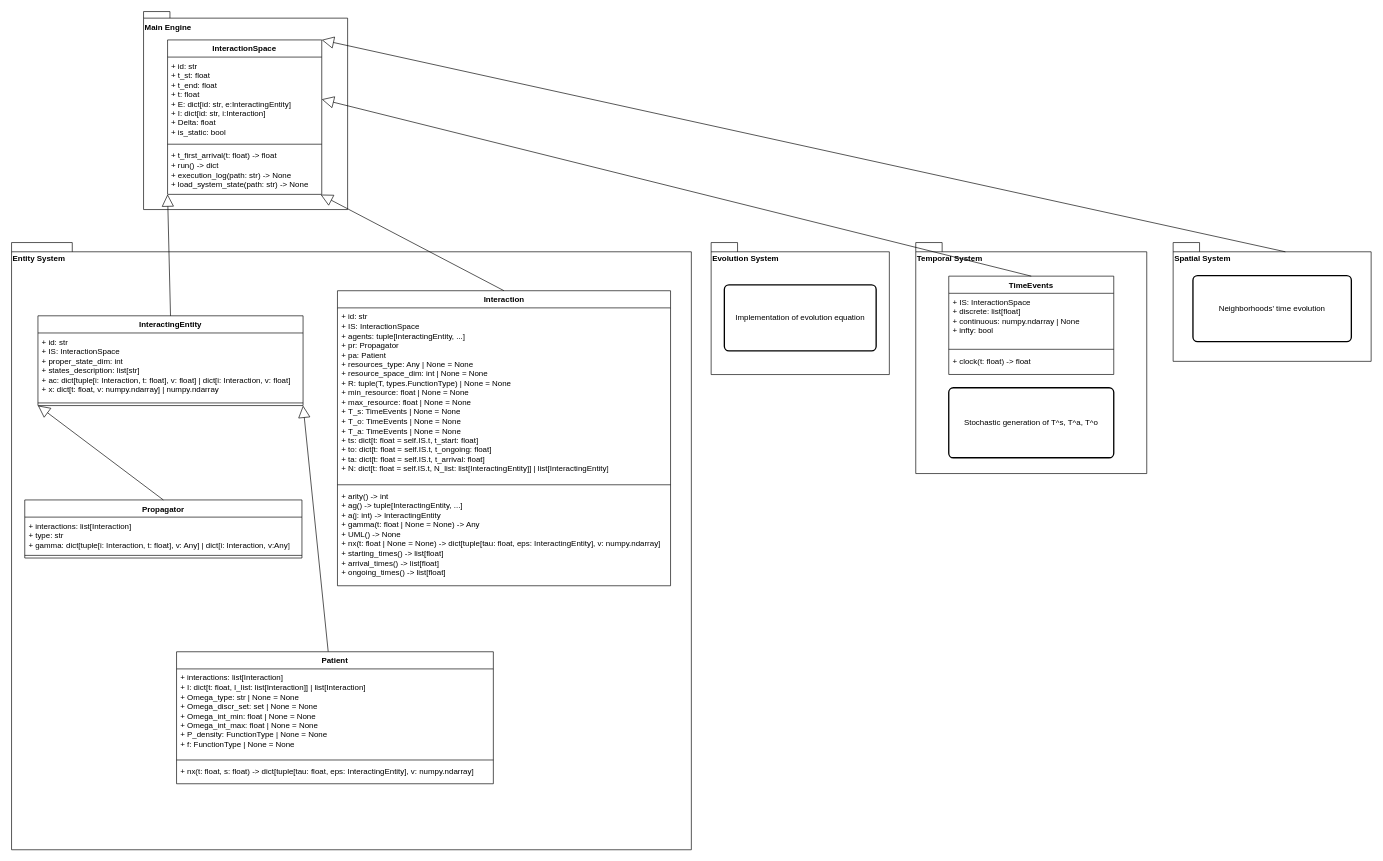
The draw.io diagram experiments/UML/PlantUML IS.drawio in giopao/ARC-AGI1, before the edit. Source tidied: cells renumbered, new cells numbered last; positions are measured from the earlier drawing's top-left corner, leaving out a move shared by most shapes. Both pictures are drawn from the tidied source at 66%, with x=0, y=0 at pixel (11, 11).
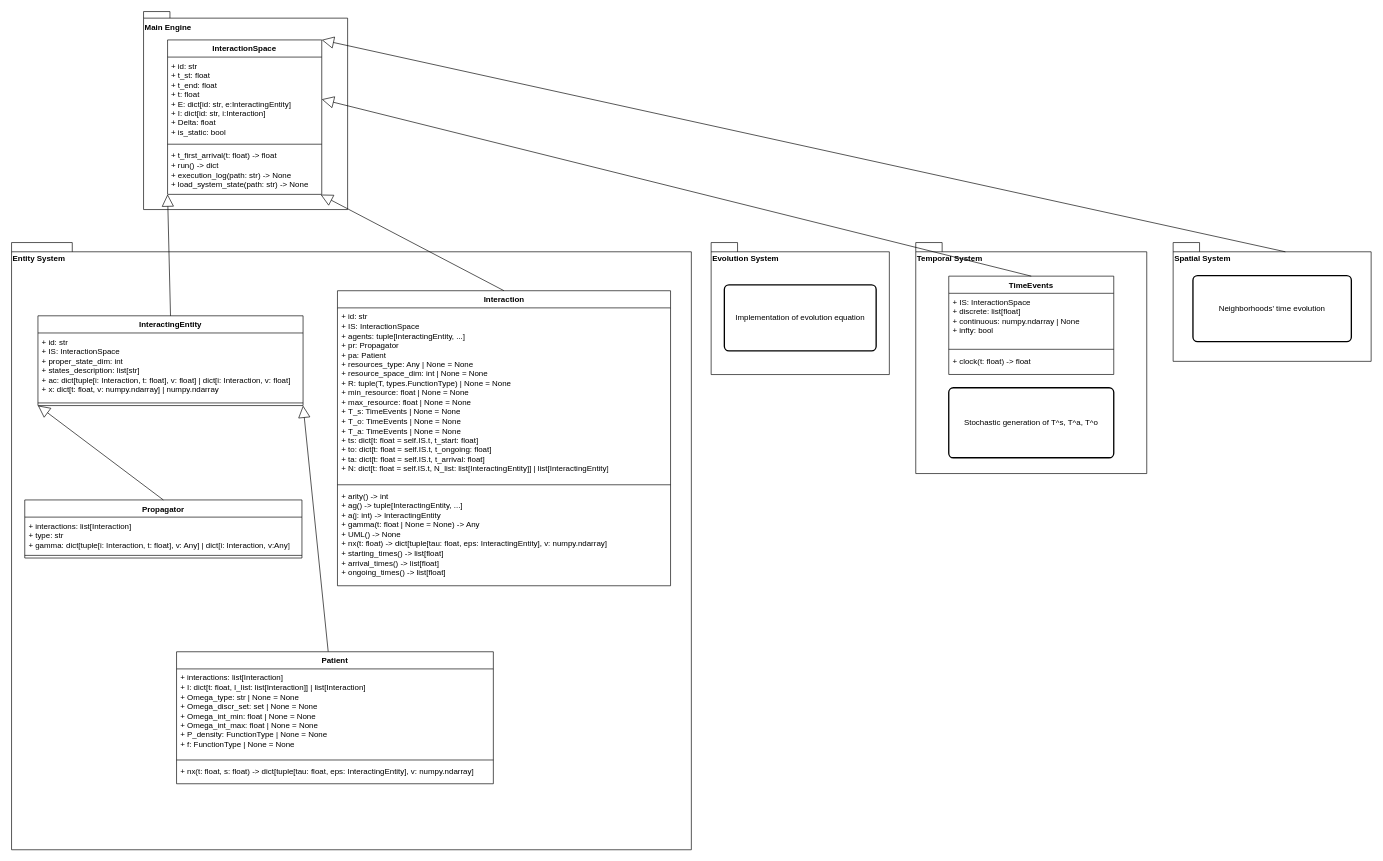
After the change.

Unchanged cells that the change refers to:
```xml
<mxCell id="28" value="Interaction" style="swimlane;fontStyle=1;align=center;verticalAlign=top;horizontal=1;startSize=26;whiteSpace=wrap;html=1;" parent="24" vertex="1">
  <mxGeometry x="473.8" y="3" width="504.7" height="447" as="geometry" />
</mxCell>
```

The edit, as a diff of the source:
```diff
@@
-    <mxCell id="31" value="+&amp;nbsp;arity() -&amp;gt; int&lt;div&gt;+&amp;nbsp;ag() -&amp;gt; tuple[InteractingEntity, ...]&lt;/div&gt;&lt;div&gt;+&amp;nbsp;a(j: int) -&amp;gt; InteractingEntity&lt;/div&gt;&lt;div&gt;+&amp;nbsp;gamma(t: float | None = None) -&amp;gt; Any&lt;/div&gt;&lt;div&gt;+&amp;nbsp;UML() -&amp;gt; None&lt;/div&gt;&lt;div&gt;+&amp;nbsp;nx(t: float | None = None) -&amp;gt; dict[tuple[tau: float, eps: InteractingEntity], v: numpy.ndarray]&lt;/div&gt;&lt;div&gt;+&amp;nbsp;starting_times() -&amp;gt; list[float]&lt;/div&gt;&lt;div&gt;+&amp;nbsp;arrival_times() -&amp;gt; list[float]&lt;/div&gt;&lt;div&gt;+&amp;nbsp;ongoing_times() -&amp;gt; list[float]&lt;/div&gt;" style="text;strokeColor=none;fillColor=none;align=left;verticalAlign=top;spacingLeft=4;spacingRight=4;overflow=hidden;whiteSpace=wrap;html=1;" parent="28" vertex="1">
+    <mxCell id="31" value="+&amp;nbsp;arity() -&amp;gt; int&lt;div&gt;+&amp;nbsp;ag() -&amp;gt; tuple[InteractingEntity, ...]&lt;/div&gt;&lt;div&gt;+&amp;nbsp;a(j: int) -&amp;gt; InteractingEntity&lt;/div&gt;&lt;div&gt;+&amp;nbsp;gamma(t: float | None = None) -&amp;gt; Any&lt;/div&gt;&lt;div&gt;+&amp;nbsp;UML() -&amp;gt; None&lt;/div&gt;&lt;div&gt;+&amp;nbsp;nx(t: float) -&amp;gt; dict[tuple[tau: float, eps: InteractingEntity], v: numpy.ndarray]&lt;/div&gt;&lt;div&gt;+&amp;nbsp;starting_times() -&amp;gt; list[float]&lt;/div&gt;&lt;div&gt;+&amp;nbsp;arrival_times() -&amp;gt; list[float]&lt;/div&gt;&lt;div&gt;+&amp;nbsp;ongoing_times() -&amp;gt; list[float]&lt;/div&gt;" style="text;strokeColor=none;fillColor=none;align=left;verticalAlign=top;spacingLeft=4;spacingRight=4;overflow=hidden;whiteSpace=wrap;html=1;" parent="28" vertex="1">
       <mxGeometry y="298" width="504.7" height="149" as="geometry" />
     </mxCell>
```
